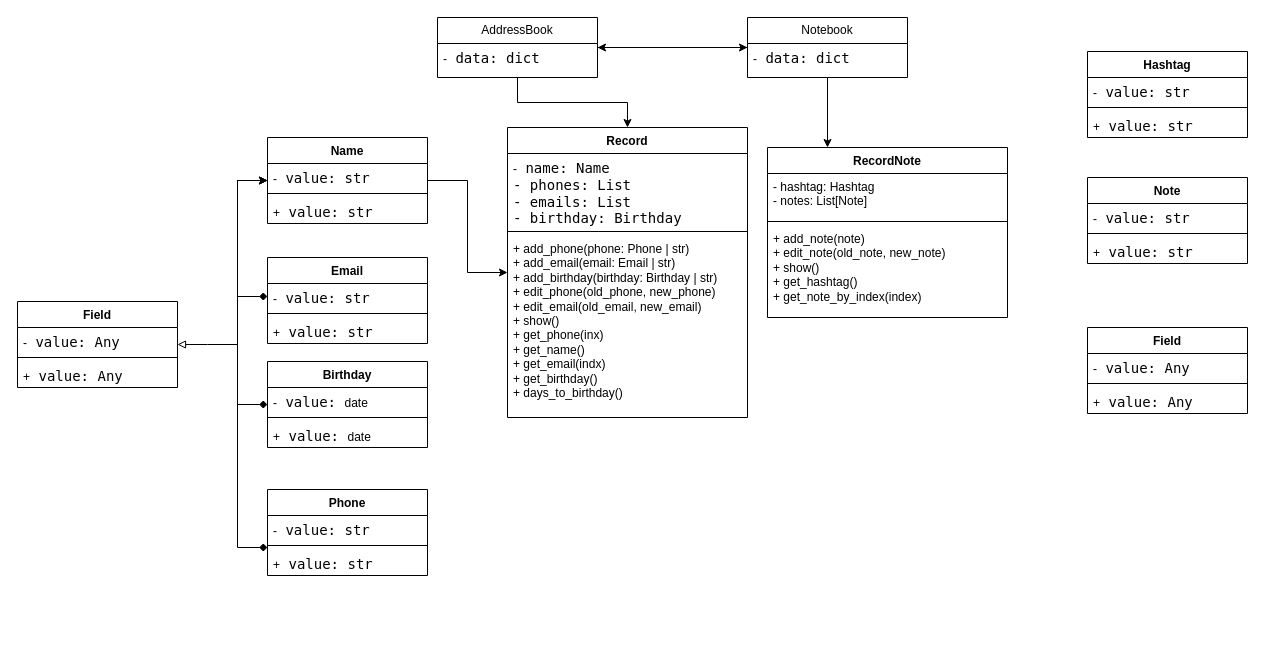
YuriSerhiienko/web_homework_01 keeps this draw.io diagram as Диаграмма без названия.drawio. Above is the earlier version. Source tidied: cells renumbered, new cells numbered last; positions are measured from the earlier drawing's top-left corner, leaving out a move shared by most shapes. Both pictures are drawn from the tidied source at 100%, with x=0, y=0 at pixel (17, 17).
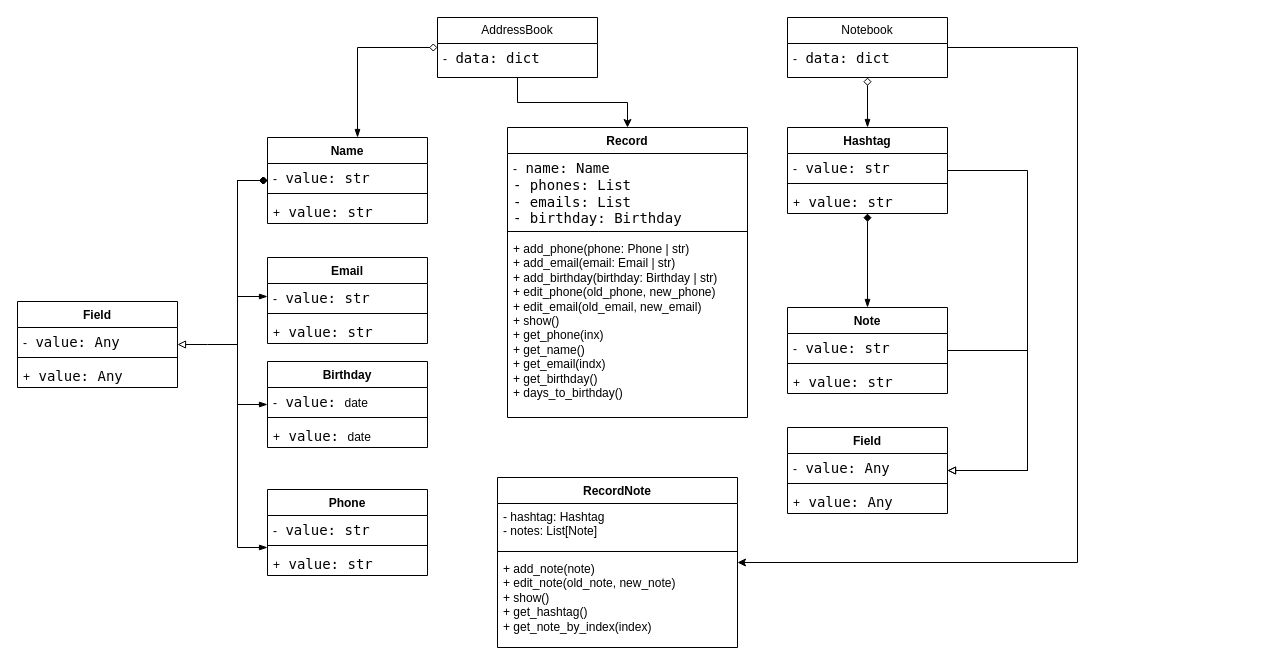
Above is the later version.

Unchanged cells that the change refers to:
```xml
<mxCell id="4" value="AddressBook" style="swimlane;fontStyle=0;horizontal=1;startSize=26;fillColor=none;whiteSpace=wrap;html=1;" parent="1" vertex="1">
  <mxGeometry x="420" width="160" height="60" as="geometry" />
</mxCell>
<mxCell id="7" value="Name" style="swimlane;fontStyle=1;align=center;verticalAlign=top;horizontal=1;startSize=26;whiteSpace=wrap;html=1;" parent="1" vertex="1">
  <mxGeometry x="250" y="120" width="160" height="86" as="geometry" />
</mxCell>
<mxCell id="12" value="-&lt;span style=&quot;border-color: var(--border-color); color: rgb(3, 3, 3); font-family: &amp;quot;Söhne Mono&amp;quot;, Monaco, &amp;quot;Andale Mono&amp;quot;, &amp;quot;Ubuntu Mono&amp;quot;, monospace; font-size: 14px;&quot;&gt;&amp;nbsp;&lt;/span&gt;&lt;span style=&quot;border: 0px solid rgb(217, 217, 227); color: rgb(3, 3, 3); box-sizing: border-box; --tw-border-spacing-x: 0; --tw-border-spacing-y: 0; --tw-translate-x: 0; --tw-translate-y: 0; --tw-rotate: 0; --tw-skew-x: 0; --tw-skew-y: 0; --tw-scale-x: 1; --tw-scale-y: 1; --tw-pan-x: ; --tw-pan-y: ; --tw-pinch-zoom: ; --tw-scroll-snap-strictness: proximity; --tw-gradient-from-position: ; --tw-gradient-via-position: ; --tw-gradient-to-position: ; --tw-ordinal: ; --tw-slashed-zero: ; --tw-numeric-figure: ; --tw-numeric-spacing: ; --tw-numeric-fraction: ; --tw-ring-inset: ; --tw-ring-offset-width: 0px; --tw-ring-offset-color: #fff; --tw-ring-color: rgba(69,89,164,.5); --tw-ring-offset-shadow: 0 0 transparent; --tw-ring-shadow: 0 0 transparent; --tw-shadow: 0 0 transparent; --tw-shadow-colored: 0 0 transparent; --tw-blur: ; --tw-brightness: ; --tw-contrast: ; --tw-grayscale: ; --tw-hue-rotate: ; --tw-invert: ; --tw-saturate: ; --tw-sepia: ; --tw-drop-shadow: ; --tw-backdrop-blur: ; --tw-backdrop-brightness: ; --tw-backdrop-contrast: ; --tw-backdrop-grayscale: ; --tw-backdrop-hue-rotate: ; --tw-backdrop-invert: ; --tw-backdrop-opacity: ; --tw-backdrop-saturate: ; --tw-backdrop-sepia: ; font-family: &amp;quot;Söhne Mono&amp;quot;, Monaco, &amp;quot;Andale Mono&amp;quot;, &amp;quot;Ubuntu Mono&amp;quot;, monospace; font-size: 14px;&quot; class=&quot;hljs-keyword&quot;&gt;value&lt;/span&gt;&lt;span style=&quot;border-color: var(--border-color); color: rgb(3, 3, 3); font-family: &amp;quot;Söhne Mono&amp;quot;, Monaco, &amp;quot;Andale Mono&amp;quot;, &amp;quot;Ubuntu Mono&amp;quot;, monospace; font-size: 14px;&quot;&gt;: str&lt;/span&gt;" style="text;strokeColor=none;fillColor=none;align=left;verticalAlign=top;spacingLeft=4;spacingRight=4;overflow=hidden;points=[[0,0.5],[1,0.5]];portConstraint=eastwest;whiteSpace=wrap;html=1;" parent="11" vertex="1">
  <mxGeometry y="26" width="160" height="26" as="geometry" />
</mxCell>
<mxCell id="16" value="Birthday" style="swimlane;fontStyle=1;align=center;verticalAlign=top;horizontal=1;startSize=26;whiteSpace=wrap;html=1;" parent="1" vertex="1">
  <mxGeometry x="250" y="344" width="160" height="86" as="geometry" />
</mxCell>
<mxCell id="20" value="Record" style="swimlane;fontStyle=1;align=center;verticalAlign=top;horizontal=1;startSize=26;whiteSpace=wrap;html=1;" parent="1" vertex="1">
  <mxGeometry x="490" y="110" width="240" height="290" as="geometry" />
</mxCell>
<mxCell id="25" value="Phone" style="swimlane;fontStyle=1;align=center;verticalAlign=top;horizontal=1;startSize=26;whiteSpace=wrap;html=1;" parent="1" vertex="1">
  <mxGeometry x="250" y="472" width="160" height="86" as="geometry" />
</mxCell>
```

Change to the diagram source:
```diff
@@
-    <mxCell id="3" style="edgeStyle=orthogonalEdgeStyle;rounded=0;jettySize=auto;html=1;" parent="1" edge="1" source="4" target="31">
-      <mxGeometry relative="1" as="geometry" />
-    </mxCell>
@@
-    <mxCell id="6" style="edgeStyle=orthogonalEdgeStyle;rounded=0;jettySize=auto;html=1;" parent="1" edge="1" source="7" target="20">
-      <mxGeometry relative="1" as="geometry" />
+    <mxCell id="6" style="edgeStyle=orthogonalEdgeStyle;rounded=0;jettySize=auto;html=1;endArrow=diamond;endFill=0;startArrow=blockThin;startFill=1;" parent="1" edge="1" source="7" target="4">
+      <mxGeometry relative="1" as="geometry">
+        <Array as="points">
+          <mxPoint x="340" y="30" />
+        </Array>
+      </mxGeometry>
     </mxCell>
@@
-    <mxCell id="15" style="edgeStyle=orthogonalEdgeStyle;rounded=0;jettySize=auto;html=1;startArrow=diamond;startFill=1;" parent="1" edge="1" source="16" target="7">
+    <mxCell id="15" style="edgeStyle=orthogonalEdgeStyle;rounded=0;jettySize=auto;html=1;startArrow=blockThin;startFill=1;endArrow=diamond;endFill=1;" parent="1" edge="1" source="16" target="7">
       <mxGeometry relative="1" as="geometry">
         <Array as="points">
           <mxPoint x="220" y="387" />
           <mxPoint x="220" y="163" />
         </Array>
       </mxGeometry>
     </mxCell>
@@
-    <mxCell id="24" style="edgeStyle=orthogonalEdgeStyle;rounded=0;jettySize=auto;html=1;strokeColor=default;startArrow=diamond;startFill=1;" parent="1" edge="1" source="25" target="7">
+    <mxCell id="24" style="edgeStyle=orthogonalEdgeStyle;rounded=0;jettySize=auto;html=1;strokeColor=default;startArrow=blockThin;startFill=1;endArrow=diamond;endFill=1;" parent="1" edge="1" source="25" target="7">
       <mxGeometry relative="1" as="geometry">
         <Array as="points">
           <mxPoint x="220" y="530" />
           <mxPoint x="220" y="163" />
         </Array>
       </mxGeometry>
     </mxCell>
@@
-    <mxCell id="29" style="edgeStyle=orthogonalEdgeStyle;rounded=0;jettySize=auto;html=1;" parent="1" edge="1" source="31" target="4">
-      <mxGeometry relative="1" as="geometry" />
-    </mxCell>
     <mxCell id="30" style="edgeStyle=orthogonalEdgeStyle;rounded=0;jettySize=auto;html=1;" parent="1" edge="1" source="31" target="33">
       <mxGeometry relative="1" as="geometry">
         <Array as="points">
-          <mxPoint x="760" y="290" />
-          <mxPoint x="760" y="290" />
+          <mxPoint x="1060" y="30" />
+          <mxPoint x="1060" y="545" />
         </Array>
       </mxGeometry>
     </mxCell>
     <mxCell id="31" value="Notebook" style="swimlane;fontStyle=0;horizontal=1;startSize=26;fillColor=none;whiteSpace=wrap;html=1;" parent="1" vertex="1">
-      <mxGeometry x="730" width="160" height="60" as="geometry" />
+      <mxGeometry x="770" width="160" height="60" as="geometry" />
     </mxCell>
@@
     <mxCell id="33" value="RecordNote" style="swimlane;fontStyle=1;align=center;verticalAlign=top;horizontal=1;startSize=26;whiteSpace=wrap;html=1;" parent="1" vertex="1">
-      <mxGeometry x="750" y="130" width="240" height="170" as="geometry" />
+      <mxGeometry x="480" y="460" width="240" height="170" as="geometry" />
     </mxCell>
@@
+    <mxCell id="55" style="edgeStyle=orthogonalEdgeStyle;rounded=0;jettySize=auto;html=1;endArrow=none;endFill=0;startArrow=block;startFill=0;" parent="1" edge="1" source="37" target="41">
+      <mxGeometry relative="1" as="geometry">
+        <Array as="points">
+          <mxPoint x="1010" y="453" />
+          <mxPoint x="1010" y="153" />
+        </Array>
+      </mxGeometry>
+    </mxCell>
+    <mxCell id="56" style="edgeStyle=orthogonalEdgeStyle;rounded=0;jettySize=auto;html=1;endArrow=none;endFill=0;startArrow=block;startFill=0;" parent="1" edge="1" source="37" target="45">
+      <mxGeometry relative="1" as="geometry">
+        <Array as="points">
+          <mxPoint x="1010" y="453" />
+          <mxPoint x="1010" y="333" />
+        </Array>
+      </mxGeometry>
+    </mxCell>
     <mxCell id="37" value="Field" style="swimlane;fontStyle=1;align=center;verticalAlign=top;horizontal=1;startSize=26;whiteSpace=wrap;html=1;" parent="1" vertex="1">
-      <mxGeometry x="1070" y="310" width="160" height="86" as="geometry" />
+      <mxGeometry x="770" y="410" width="160" height="86" as="geometry" />
     </mxCell>
@@
+    <mxCell id="57" style="edgeStyle=orthogonalEdgeStyle;rounded=0;jettySize=auto;html=1;startArrow=blockThin;startFill=1;endArrow=diamond;endFill=0;" parent="1" edge="1" source="41" target="31">
+      <mxGeometry relative="1" as="geometry" />
+    </mxCell>
     <mxCell id="41" value="Hashtag" style="swimlane;fontStyle=1;align=center;verticalAlign=top;horizontal=1;startSize=26;whiteSpace=wrap;html=1;" parent="1" vertex="1">
-      <mxGeometry x="1070" y="34" width="160" height="86" as="geometry" />
+      <mxGeometry x="770" y="110" width="160" height="86" as="geometry" />
     </mxCell>
@@
+    <mxCell id="58" style="edgeStyle=orthogonalEdgeStyle;rounded=0;jettySize=auto;html=1;startArrow=blockThin;startFill=1;endArrow=diamond;endFill=1;" parent="1" edge="1" source="45" target="41">
+      <mxGeometry relative="1" as="geometry" />
+    </mxCell>
     <mxCell id="45" value="Note" style="swimlane;fontStyle=1;align=center;verticalAlign=top;horizontal=1;startSize=26;whiteSpace=wrap;html=1;" parent="1" vertex="1">
-      <mxGeometry x="1070" y="160" width="160" height="86" as="geometry" />
+      <mxGeometry x="770" y="290" width="160" height="86" as="geometry" />
     </mxCell>
@@
-    <mxCell id="54" style="edgeStyle=orthogonalEdgeStyle;rounded=0;jettySize=auto;html=1;startArrow=diamond;startFill=1;" parent="1" edge="1" source="12" target="7">
+    <mxCell id="54" style="edgeStyle=orthogonalEdgeStyle;rounded=0;jettySize=auto;html=1;startArrow=blockThin;startFill=1;endArrow=diamond;endFill=1;" parent="1" edge="1" source="12" target="7">
       <mxGeometry relative="1" as="geometry">
         <Array as="points">
           <mxPoint x="220" y="279" />
           <mxPoint x="220" y="163" />
         </Array>
       </mxGeometry>
     </mxCell>
```
